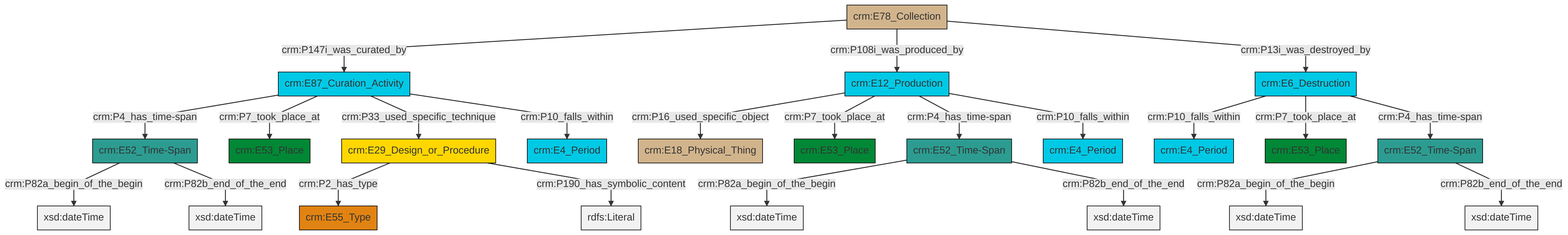
The Mermaid diagram et/archivalCSV/ttl/mmd/png/archival_existence.png in swiss-art-research-net/docs.swissartresearch, before a commit. Its source is kept beside it as et/archivalCSV/ttl/mmd/archival_existence.ttl.mmd.
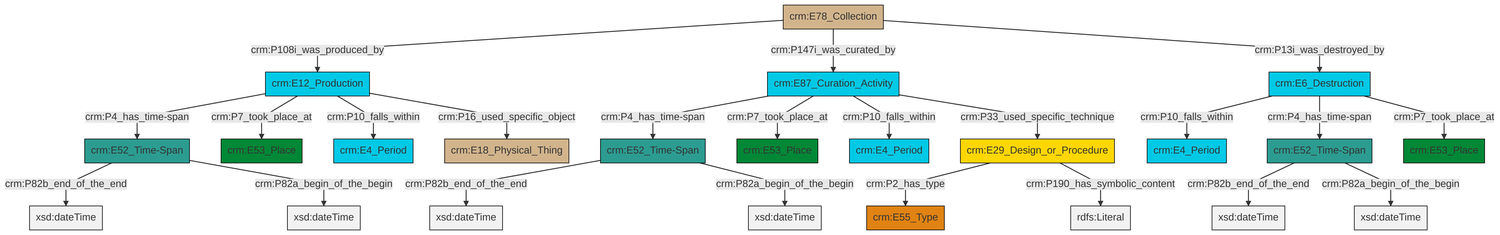
The same diagram one commit later.

The edit, as a diff of the source:
```diff
@@ -13,25 +13,25 @@
 classDef PC_Classes fill:#4ce600, stroke:#000000;
 classDef Multi fill:#cccccc,stroke:#000000;
 
-0["crm:E12_Production"]:::Temporal_Entity -->|crm:P16_used_specific_object| 1["crm:E18_Physical_Thing"]:::Physical_Thing
-2["crm:E87_Curation_Activity"]:::Temporal_Entity -->|crm:P4_has_time-span| 3["crm:E52_Time-Span"]:::Time-Span
-0["crm:E12_Production"]:::Temporal_Entity -->|crm:P7_took_place_at| 4["crm:E53_Place"]:::Place
-7["crm:E78_Collection"]:::Physical_Thing -->|crm:P147i_was_curated_by| 2["crm:E87_Curation_Activity"]:::Temporal_Entity
-0["crm:E12_Production"]:::Temporal_Entity -->|crm:P4_has_time-span| 9["crm:E52_Time-Span"]:::Time-Span
-7["crm:E78_Collection"]:::Physical_Thing -->|crm:P108i_was_produced_by| 0["crm:E12_Production"]:::Temporal_Entity
-0["crm:E12_Production"]:::Temporal_Entity -->|crm:P10_falls_within| 12["crm:E4_Period"]:::Temporal_Entity
-13["crm:E6_Destruction"]:::Temporal_Entity -->|crm:P10_falls_within| 10["crm:E4_Period"]:::Temporal_Entity
-2["crm:E87_Curation_Activity"]:::Temporal_Entity -->|crm:P7_took_place_at| 14["crm:E53_Place"]:::Place
-9["crm:E52_Time-Span"]:::Time-Span -->|crm:P82a_begin_of_the_begin| 16[xsd:dateTime]:::Literal
-3["crm:E52_Time-Span"]:::Time-Span -->|crm:P82a_begin_of_the_begin| 17[xsd:dateTime]:::Literal
-3["crm:E52_Time-Span"]:::Time-Span -->|crm:P82b_end_of_the_end| 18[xsd:dateTime]:::Literal
+0["crm:E29_Design_or_Procedure"]:::Conceptual_Object -->|crm:P2_has_type| 1["crm:E55_Type"]:::Type
+4["crm:E87_Curation_Activity"]:::Temporal_Entity -->|crm:P4_has_time-span| 5["crm:E52_Time-Span"]:::Time-Span
+10["crm:E52_Time-Span"]:::Time-Span -->|crm:P82b_end_of_the_end| 11[xsd:dateTime]:::Literal
+13["crm:E6_Destruction"]:::Temporal_Entity -->|crm:P10_falls_within| 14["crm:E4_Period"]:::Temporal_Entity
+15["crm:E78_Collection"]:::Physical_Thing -->|crm:P108i_was_produced_by| 2["crm:E12_Production"]:::Temporal_Entity
+13["crm:E6_Destruction"]:::Temporal_Entity -->|crm:P4_has_time-span| 10["crm:E52_Time-Span"]:::Time-Span
+5["crm:E52_Time-Span"]:::Time-Span -->|crm:P82b_end_of_the_end| 18[xsd:dateTime]:::Literal
 13["crm:E6_Destruction"]:::Temporal_Entity -->|crm:P7_took_place_at| 19["crm:E53_Place"]:::Place
-13["crm:E6_Destruction"]:::Temporal_Entity -->|crm:P4_has_time-span| 5["crm:E52_Time-Span"]:::Time-Span
-2["crm:E87_Curation_Activity"]:::Temporal_Entity -->|crm:P33_used_specific_technique| 21["crm:E29_Design_or_Procedure"]:::Conceptual_Object
-21["crm:E29_Design_or_Procedure"]:::Conceptual_Object -->|crm:P2_has_type| 23["crm:E55_Type"]:::Type
-21["crm:E29_Design_or_Procedure"]:::Conceptual_Object -->|crm:P190_has_symbolic_content| 24[rdfs:Literal]:::Literal
-2["crm:E87_Curation_Activity"]:::Temporal_Entity -->|crm:P10_falls_within| 27["crm:E4_Period"]:::Temporal_Entity
-7["crm:E78_Collection"]:::Physical_Thing -->|crm:P13i_was_destroyed_by| 13["crm:E6_Destruction"]:::Temporal_Entity
-5["crm:E52_Time-Span"]:::Time-Span -->|crm:P82a_begin_of_the_begin| 34[xsd:dateTime]:::Literal
-5["crm:E52_Time-Span"]:::Time-Span -->|crm:P82b_end_of_the_end| 35[xsd:dateTime]:::Literal
-9["crm:E52_Time-Span"]:::Time-Span -->|crm:P82b_end_of_the_end| 36[xsd:dateTime]:::Literal
+2["crm:E12_Production"]:::Temporal_Entity -->|crm:P4_has_time-span| 21["crm:E52_Time-Span"]:::Time-Span
+0["crm:E29_Design_or_Procedure"]:::Conceptual_Object -->|crm:P190_has_symbolic_content| 23[rdfs:Literal]:::Literal
+21["crm:E52_Time-Span"]:::Time-Span -->|crm:P82b_end_of_the_end| 24[xsd:dateTime]:::Literal
+4["crm:E87_Curation_Activity"]:::Temporal_Entity -->|crm:P7_took_place_at| 25["crm:E53_Place"]:::Place
+2["crm:E12_Production"]:::Temporal_Entity -->|crm:P7_took_place_at| 26["crm:E53_Place"]:::Place
+5["crm:E52_Time-Span"]:::Time-Span -->|crm:P82a_begin_of_the_begin| 27[xsd:dateTime]:::Literal
+2["crm:E12_Production"]:::Temporal_Entity -->|crm:P10_falls_within| 30["crm:E4_Period"]:::Temporal_Entity
+4["crm:E87_Curation_Activity"]:::Temporal_Entity -->|crm:P10_falls_within| 8["crm:E4_Period"]:::Temporal_Entity
+15["crm:E78_Collection"]:::Physical_Thing -->|crm:P147i_was_curated_by| 4["crm:E87_Curation_Activity"]:::Temporal_Entity
+15["crm:E78_Collection"]:::Physical_Thing -->|crm:P13i_was_destroyed_by| 13["crm:E6_Destruction"]:::Temporal_Entity
+2["crm:E12_Production"]:::Temporal_Entity -->|crm:P16_used_specific_object| 6["crm:E18_Physical_Thing"]:::Physical_Thing
+4["crm:E87_Curation_Activity"]:::Temporal_Entity -->|crm:P33_used_specific_technique| 0["crm:E29_Design_or_Procedure"]:::Conceptual_Object
+10["crm:E52_Time-Span"]:::Time-Span -->|crm:P82a_begin_of_the_begin| 35[xsd:dateTime]:::Literal
+21["crm:E52_Time-Span"]:::Time-Span -->|crm:P82a_begin_of_the_begin| 36[xsd:dateTime]:::Literal
```
